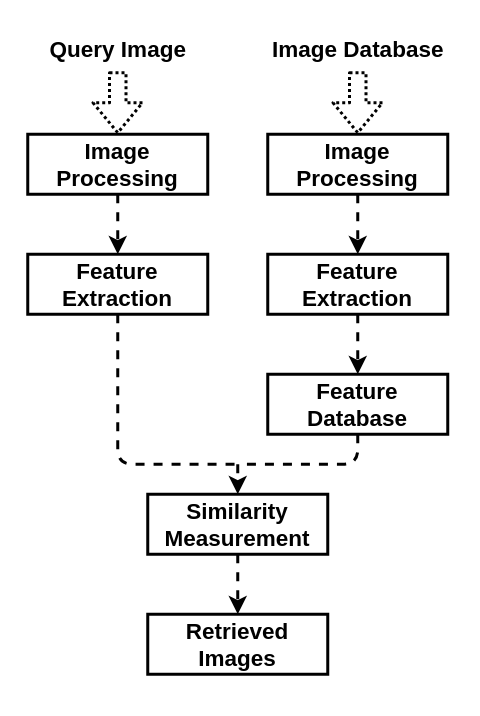
The draw.io diagram CBIR_2_2.drawio in vinayak-k24/DrawIO, before the edit. Source tidied: cells renumbered, new cells numbered last; positions are measured from the earlier drawing's top-left corner, leaving out a move shared by most shapes. Both pictures are drawn from the tidied source at 150%, with x=0, y=0 at pixel (27, 26).
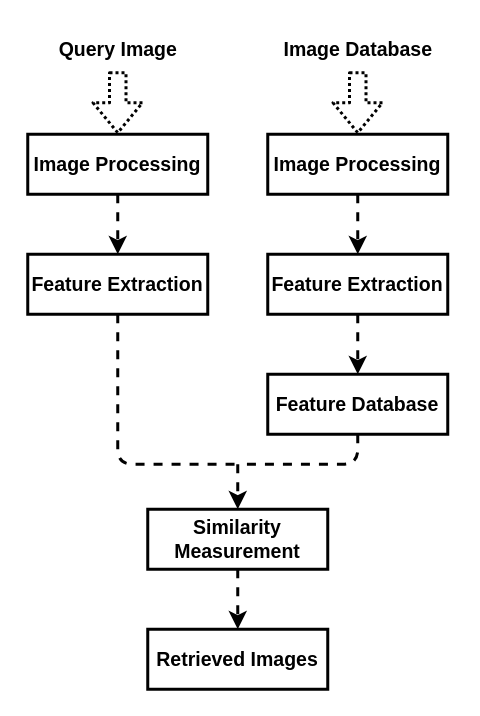
The same diagram, later.

Change to the diagram source:
```diff
@@
-    <mxCell id="2" style="edgeStyle=orthogonalEdgeStyle;rounded=1;jettySize=auto;html=1;entryX=0.5;entryY=0;entryDx=0;entryDy=0;strokeWidth=2;fontSize=15;fontStyle=1;dashed=1;dashPattern=1 1;curved=0;endArrow=block;endFill=0;shape=flexArrow;" parent="1" edge="1" source="3" target="7">
+    <mxCell id="2" style="edgeStyle=orthogonalEdgeStyle;rounded=1;jettySize=auto;html=1;entryX=0.5;entryY=0;entryDx=0;entryDy=0;strokeWidth=2;fontSize=13;fontStyle=1;dashed=1;dashPattern=1 1;curved=0;endArrow=block;endFill=0;shape=flexArrow;fontFamily=Helvetica;labelBorderColor=none;" parent="1" edge="1" source="3" target="7">
       <mxGeometry relative="1" as="geometry" />
     </mxCell>
-    <mxCell id="3" value="Query Image" style="text;html=1;align=center;verticalAlign=middle;points=[];strokeColor=none;fillColor=none;strokeWidth=2;fontSize=15;fontStyle=1;" parent="1" vertex="1">
-      <mxGeometry x="5" width="110" height="30" as="geometry" />
+    <mxCell id="3" value="Query Image" style="text;html=1;align=center;verticalAlign=middle;points=[];strokeColor=none;fillColor=none;strokeWidth=2;fontSize=13;fontStyle=1;fontFamily=Helvetica;labelBorderColor=none;" parent="1" vertex="1">
+      <mxGeometry x="10" width="100" height="30" as="geometry" />
     </mxCell>
-    <mxCell id="4" style="edgeStyle=orthogonalEdgeStyle;rounded=1;jettySize=auto;html=1;entryX=0.5;entryY=0;entryDx=0;entryDy=0;strokeWidth=2;fontSize=15;fontStyle=1;curved=0;shape=flexArrow;dashed=1;dashPattern=1 1;" parent="1" edge="1" source="5" target="9">
+    <mxCell id="4" style="edgeStyle=orthogonalEdgeStyle;rounded=1;jettySize=auto;html=1;entryX=0.5;entryY=0;entryDx=0;entryDy=0;strokeWidth=2;fontSize=13;fontStyle=1;curved=0;shape=flexArrow;dashed=1;dashPattern=1 1;fontFamily=Helvetica;labelBorderColor=none;" parent="1" edge="1" source="5" target="9">
       <mxGeometry relative="1" as="geometry" />
     </mxCell>
-    <mxCell id="5" value="Image Database" style="text;html=1;align=center;verticalAlign=middle;points=[];strokeColor=none;fillColor=none;strokeWidth=2;fontSize=15;fontStyle=1;" parent="1" vertex="1">
-      <mxGeometry x="155" width="130" height="30" as="geometry" />
+    <mxCell id="5" value="Image Database" style="text;html=1;align=center;verticalAlign=middle;points=[];strokeColor=none;fillColor=none;strokeWidth=2;fontSize=13;fontStyle=1;fontFamily=Helvetica;labelBorderColor=none;" parent="1" vertex="1">
+      <mxGeometry x="160" width="120" height="30" as="geometry" />
     </mxCell>
-    <mxCell id="6" style="edgeStyle=orthogonalEdgeStyle;rounded=1;jettySize=auto;html=1;exitX=0.5;exitY=1;exitDx=0;exitDy=0;strokeWidth=2;fontSize=15;fontStyle=1;dashed=1;curved=0;" parent="1" edge="1" source="7" target="11">
+    <mxCell id="6" style="edgeStyle=orthogonalEdgeStyle;rounded=1;jettySize=auto;html=1;exitX=0.5;exitY=1;exitDx=0;exitDy=0;strokeWidth=2;fontSize=13;fontStyle=1;dashed=1;curved=0;fontFamily=Helvetica;labelBorderColor=none;" parent="1" edge="1" source="7" target="11">
       <mxGeometry relative="1" as="geometry" />
     </mxCell>
-    <mxCell id="7" value="Image Processing" style="rounded=0;whiteSpace=wrap;html=1;strokeWidth=2;fontSize=15;fontStyle=1;" parent="1" vertex="1">
+    <mxCell id="7" value="Image Processing" style="rounded=0;whiteSpace=wrap;html=1;strokeWidth=2;fontSize=13;fontStyle=1;fontFamily=Helvetica;labelBorderColor=none;" parent="1" vertex="1">
       <mxGeometry y="72" width="120" height="40" as="geometry" />
     </mxCell>
-    <mxCell id="8" style="edgeStyle=orthogonalEdgeStyle;rounded=1;jettySize=auto;html=1;exitX=0.5;exitY=1;exitDx=0;exitDy=0;entryX=0.5;entryY=0;entryDx=0;entryDy=0;strokeWidth=2;fontSize=15;fontStyle=1;dashed=1;curved=0;" parent="1" edge="1" source="9" target="13">
+    <mxCell id="8" style="edgeStyle=orthogonalEdgeStyle;rounded=1;jettySize=auto;html=1;exitX=0.5;exitY=1;exitDx=0;exitDy=0;entryX=0.5;entryY=0;entryDx=0;entryDy=0;strokeWidth=2;fontSize=13;fontStyle=1;dashed=1;curved=0;fontFamily=Helvetica;labelBorderColor=none;" parent="1" edge="1" source="9" target="13">
       <mxGeometry relative="1" as="geometry" />
     </mxCell>
-    <mxCell id="9" value="Image Processing" style="rounded=0;whiteSpace=wrap;html=1;strokeWidth=2;fontSize=15;fontStyle=1;" parent="1" vertex="1">
+    <mxCell id="9" value="Image Processing" style="rounded=0;whiteSpace=wrap;html=1;strokeWidth=2;fontSize=13;fontStyle=1;fontFamily=Helvetica;labelBorderColor=none;" parent="1" vertex="1">
       <mxGeometry x="160" y="72" width="120" height="40" as="geometry" />
     </mxCell>
-    <mxCell id="10" style="edgeStyle=orthogonalEdgeStyle;rounded=1;jettySize=auto;html=1;exitX=0.5;exitY=1;exitDx=0;exitDy=0;endArrow=none;startFill=0;fontSize=15;fontStyle=1;strokeWidth=2;dashed=1;curved=0;" parent="1" edge="1" source="11">
+    <mxCell id="10" style="edgeStyle=orthogonalEdgeStyle;rounded=1;jettySize=auto;html=1;exitX=0.5;exitY=1;exitDx=0;exitDy=0;endArrow=none;startFill=0;fontSize=13;fontStyle=1;strokeWidth=2;dashed=1;curved=0;fontFamily=Helvetica;labelBorderColor=none;" parent="1" edge="1" source="11">
       <mxGeometry relative="1" as="geometry">
         <mxPoint x="140" y="292" as="targetPoint" />
         <Array as="points">
           <mxPoint x="60" y="292" />
         </Array>
       </mxGeometry>
     </mxCell>
-    <mxCell id="11" value="Feature Extraction" style="rounded=0;whiteSpace=wrap;html=1;strokeWidth=2;fontSize=15;fontStyle=1;" parent="1" vertex="1">
+    <mxCell id="11" value="Feature Extraction" style="rounded=0;whiteSpace=wrap;html=1;strokeWidth=2;fontSize=13;fontStyle=1;fontFamily=Helvetica;labelBorderColor=none;" parent="1" vertex="1">
       <mxGeometry y="152" width="120" height="40" as="geometry" />
     </mxCell>
-    <mxCell id="12" style="edgeStyle=orthogonalEdgeStyle;rounded=1;jettySize=auto;html=1;exitX=0.5;exitY=1;exitDx=0;exitDy=0;entryX=0.5;entryY=0;entryDx=0;entryDy=0;strokeWidth=2;fontSize=15;fontStyle=1;dashed=1;curved=0;" parent="1" edge="1" source="13" target="15">
+    <mxCell id="12" style="edgeStyle=orthogonalEdgeStyle;rounded=1;jettySize=auto;html=1;exitX=0.5;exitY=1;exitDx=0;exitDy=0;entryX=0.5;entryY=0;entryDx=0;entryDy=0;strokeWidth=2;fontSize=13;fontStyle=1;dashed=1;curved=0;fontFamily=Helvetica;labelBorderColor=none;" parent="1" edge="1" source="13" target="15">
       <mxGeometry relative="1" as="geometry" />
     </mxCell>
-    <mxCell id="13" value="Feature Extraction" style="rounded=0;whiteSpace=wrap;html=1;strokeWidth=2;fontSize=15;fontStyle=1;" parent="1" vertex="1">
+    <mxCell id="13" value="Feature Extraction" style="rounded=0;whiteSpace=wrap;html=1;strokeWidth=2;fontSize=13;fontStyle=1;fontFamily=Helvetica;labelBorderColor=none;" parent="1" vertex="1">
       <mxGeometry x="160" y="152" width="120" height="40" as="geometry" />
     </mxCell>
-    <mxCell id="14" style="edgeStyle=orthogonalEdgeStyle;rounded=1;jettySize=auto;html=1;exitX=0.5;exitY=1;exitDx=0;exitDy=0;endArrow=none;startFill=0;fontSize=15;fontStyle=1;strokeWidth=2;dashed=1;curved=0;" parent="1" edge="1" source="15">
+    <mxCell id="14" style="edgeStyle=orthogonalEdgeStyle;rounded=1;jettySize=auto;html=1;exitX=0.5;exitY=1;exitDx=0;exitDy=0;endArrow=none;startFill=0;fontSize=13;fontStyle=1;strokeWidth=2;dashed=1;curved=0;fontFamily=Helvetica;labelBorderColor=none;" parent="1" edge="1" source="15">
       <mxGeometry relative="1" as="geometry">
         <mxPoint x="140" y="292" as="targetPoint" />
       </mxGeometry>
     </mxCell>
-    <mxCell id="15" value="Feature Database" style="rounded=0;whiteSpace=wrap;html=1;strokeWidth=2;fontSize=15;fontStyle=1;" parent="1" vertex="1">
+    <mxCell id="15" value="Feature Database" style="rounded=0;whiteSpace=wrap;html=1;strokeWidth=2;fontSize=13;fontStyle=1;fontFamily=Helvetica;labelBorderColor=none;" parent="1" vertex="1">
       <mxGeometry x="160" y="232" width="120" height="40" as="geometry" />
     </mxCell>
-    <mxCell id="16" style="edgeStyle=orthogonalEdgeStyle;rounded=1;jettySize=auto;html=1;exitX=0.5;exitY=1;exitDx=0;exitDy=0;entryX=0.5;entryY=0;entryDx=0;entryDy=0;strokeWidth=2;fontSize=15;fontStyle=1;dashed=1;curved=0;" parent="1" edge="1" source="17" target="18">
+    <mxCell id="16" style="edgeStyle=orthogonalEdgeStyle;rounded=1;jettySize=auto;html=1;exitX=0.5;exitY=1;exitDx=0;exitDy=0;entryX=0.5;entryY=0;entryDx=0;entryDy=0;strokeWidth=2;fontSize=13;fontStyle=1;dashed=1;curved=0;fontFamily=Helvetica;labelBorderColor=none;" parent="1" edge="1" source="17" target="18">
       <mxGeometry relative="1" as="geometry" />
     </mxCell>
-    <mxCell id="17" value="Similarity Measurement" style="rounded=0;whiteSpace=wrap;html=1;strokeWidth=2;fontSize=15;fontStyle=1;" parent="1" vertex="1">
-      <mxGeometry x="80" y="312" width="120" height="40" as="geometry" />
+    <mxCell id="17" value="Similarity Measurement" style="rounded=0;whiteSpace=wrap;html=1;strokeWidth=2;fontSize=13;fontStyle=1;fontFamily=Helvetica;labelBorderColor=none;" parent="1" vertex="1">
+      <mxGeometry x="80" y="322" width="120" height="40" as="geometry" />
     </mxCell>
-    <mxCell id="18" value="Retrieved Images" style="rounded=0;whiteSpace=wrap;html=1;strokeWidth=2;fontSize=15;fontStyle=1;" parent="1" vertex="1">
-      <mxGeometry x="80" y="392" width="120" height="40" as="geometry" />
+    <mxCell id="18" value="Retrieved Images" style="rounded=0;whiteSpace=wrap;html=1;strokeWidth=2;fontSize=13;fontStyle=1;fontFamily=Helvetica;labelBorderColor=none;" parent="1" vertex="1">
+      <mxGeometry x="80" y="402" width="120" height="40" as="geometry" />
     </mxCell>
-    <mxCell id="19" style="endArrow=classic;html=1;rounded=1;entryX=0.5;entryY=0;entryDx=0;entryDy=0;strokeWidth=2;dashed=1;curved=0;" parent="1" edge="1" target="17">
+    <mxCell id="19" style="endArrow=classic;html=1;rounded=1;entryX=0.5;entryY=0;entryDx=0;entryDy=0;strokeWidth=2;dashed=1;curved=0;fontFamily=Helvetica;labelBorderColor=none;fontSize=13;" parent="1" edge="1" target="17">
       <mxGeometry relative="1" as="geometry">
         <mxPoint x="140" y="292" as="sourcePoint" />
       </mxGeometry>
     </mxCell>
```
